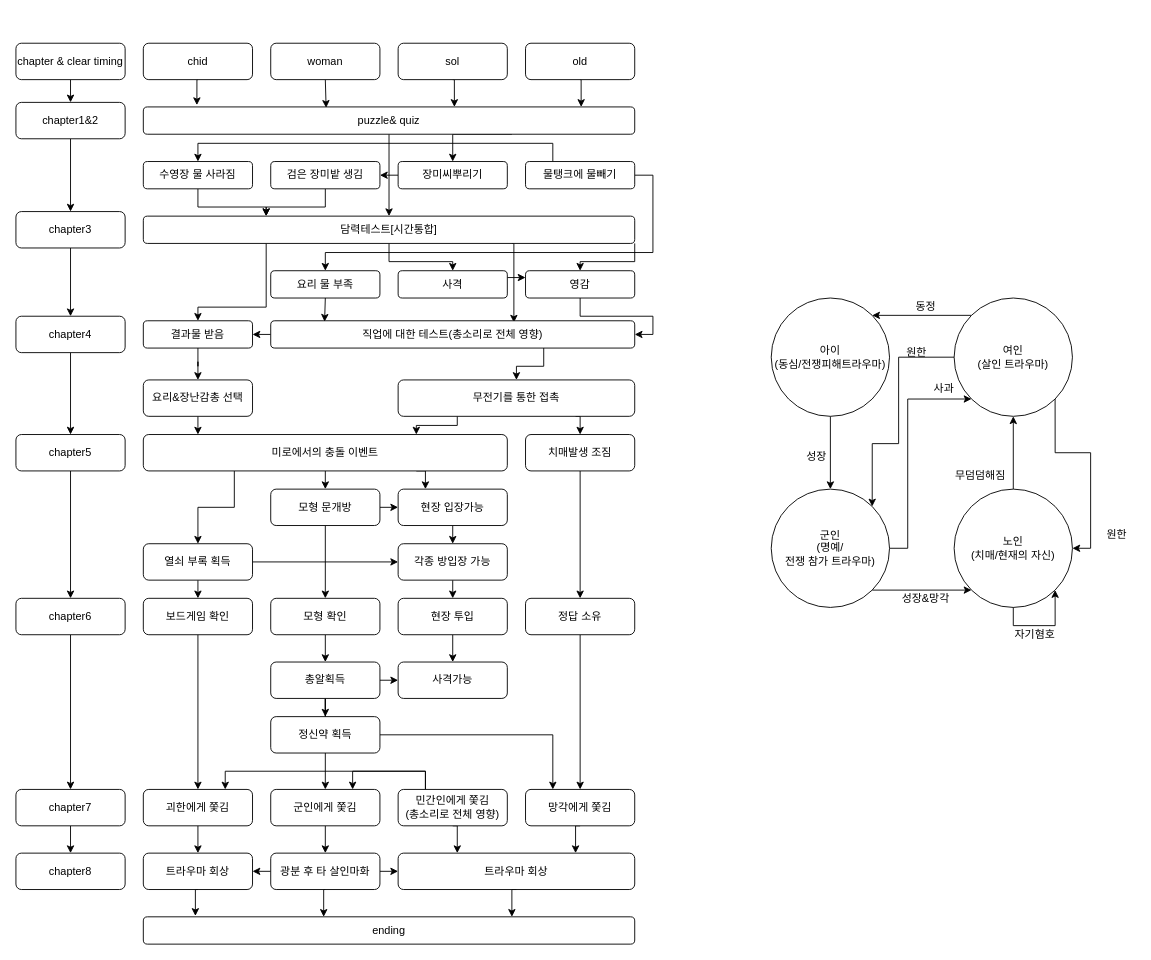
KimSeal/gamemaker keeps this draw.io diagram as storylinedetail.drawio. Above is the earlier version. Source tidied: cells renumbered, new cells numbered last; positions are measured from the earlier drawing's top-left corner, leaving out a move shared by most shapes. Both pictures are drawn from the tidied source at 91%, with x=0, y=0 at pixel (15, 43).
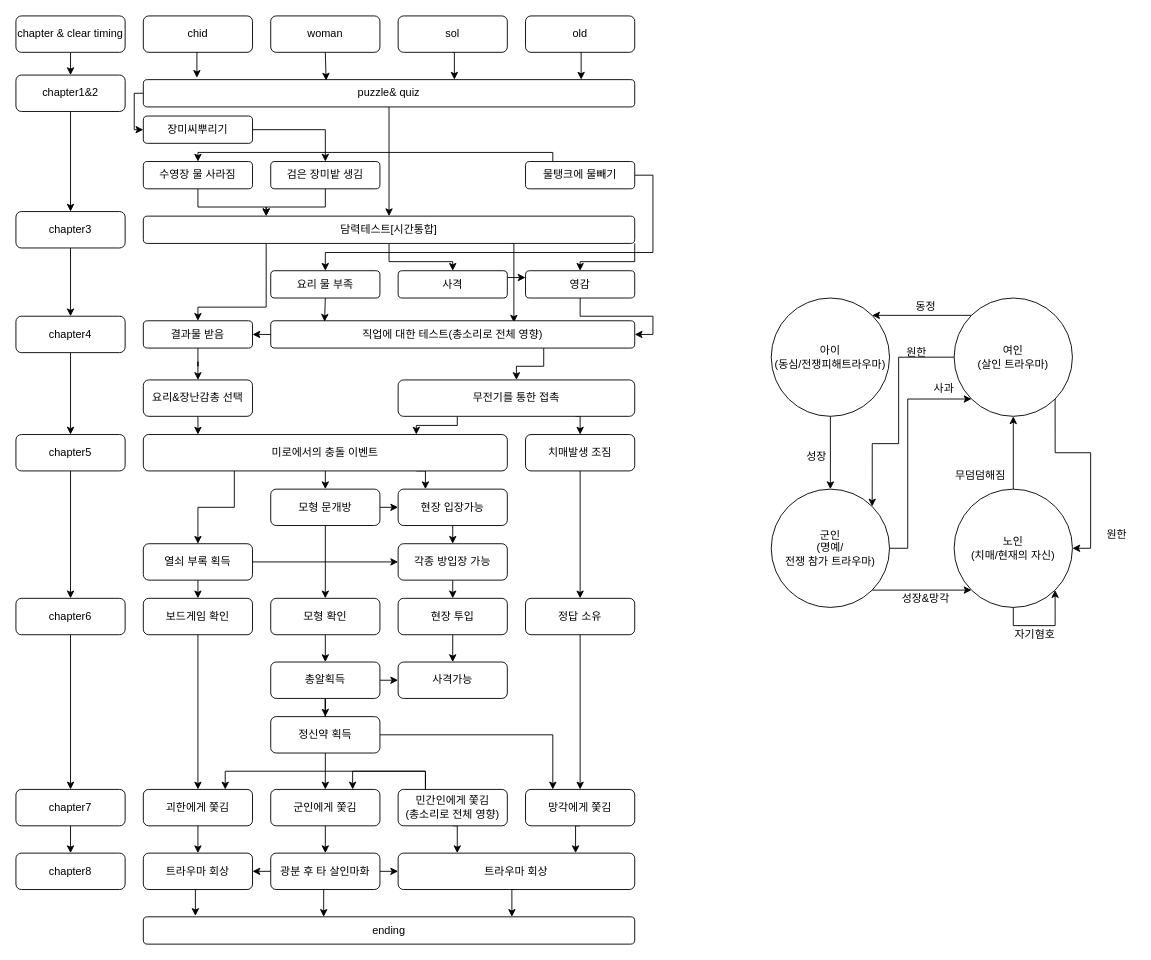
After the change.

Unchanged cells that the change refers to:
```xml
<mxCell id="59" value="검은 장미밭 생김" style="rounded=1;whiteSpace=wrap;html=1;fontSize=12;glass=0;strokeWidth=1;shadow=0;" parent="1" vertex="1">
  <mxGeometry x="280" y="130" width="120" height="30" as="geometry" />
</mxCell>
<mxCell id="77" value="물탱크에 물빼기" style="rounded=1;whiteSpace=wrap;html=1;" parent="1" vertex="1">
  <mxGeometry x="560" y="130" width="120" height="30" as="geometry" />
</mxCell>
<mxCell id="79" value="수영장 물 사라짐" style="rounded=1;whiteSpace=wrap;html=1;" parent="1" vertex="1">
  <mxGeometry x="140" y="130" width="120" height="30" as="geometry" />
</mxCell>
```

What changed in the source:
```diff
@@
     <mxCell id="3" value="woman" style="rounded=1;whiteSpace=wrap;html=1;fontSize=12;glass=0;strokeWidth=1;shadow=0;" parent="1" vertex="1">
-      <mxGeometry x="280" width="120" height="40" as="geometry" />
+      <mxGeometry x="280" y="-30" width="120" height="40" as="geometry" />
     </mxCell>
@@
     <mxCell id="5" value="sol" style="rounded=1;whiteSpace=wrap;html=1;fontSize=12;glass=0;strokeWidth=1;shadow=0;" parent="1" vertex="1">
-      <mxGeometry x="420" width="120" height="40" as="geometry" />
+      <mxGeometry x="420" y="-30" width="120" height="40" as="geometry" />
     </mxCell>
@@
     <mxCell id="7" value="chid" style="rounded=1;whiteSpace=wrap;html=1;fontSize=12;glass=0;strokeWidth=1;shadow=0;" parent="1" vertex="1">
-      <mxGeometry x="140" width="120" height="40" as="geometry" />
+      <mxGeometry x="140" y="-30" width="120" height="40" as="geometry" />
     </mxCell>
@@
     <mxCell id="9" value="old" style="rounded=1;whiteSpace=wrap;html=1;fontSize=12;glass=0;strokeWidth=1;shadow=0;" parent="1" vertex="1">
-      <mxGeometry x="560" width="120" height="40" as="geometry" />
+      <mxGeometry x="560" y="-30" width="120" height="40" as="geometry" />
     </mxCell>
@@
-    <mxCell id="11" style="edgeStyle=orthogonalEdgeStyle;rounded=0;jettySize=auto;html=1;exitX=0.75;exitY=1;exitDx=0;exitDy=0;entryX=0.5;entryY=0;entryDx=0;entryDy=0;" parent="1" edge="1" source="12" target="57">
+    <mxCell id="11" style="edgeStyle=orthogonalEdgeStyle;rounded=0;jettySize=auto;html=1;exitX=0;exitY=0.5;exitDx=0;exitDy=0;entryX=0;entryY=0.5;entryDx=0;entryDy=0;" parent="1" edge="1" source="12" target="57">
       <mxGeometry relative="1" as="geometry">
         <Array as="points">
-          <mxPoint x="480" y="100" />
+          <mxPoint x="130" y="55" />
+          <mxPoint x="130" y="95" />
         </Array>
       </mxGeometry>
     </mxCell>
     <mxCell id="12" value="puzzle&amp;amp; quiz" style="rounded=1;whiteSpace=wrap;html=1;" parent="1" vertex="1">
-      <mxGeometry x="140" y="70" width="540" height="30" as="geometry" />
+      <mxGeometry x="140" y="40" width="540" height="30" as="geometry" />
     </mxCell>
@@
-    <mxCell id="56" style="edgeStyle=orthogonalEdgeStyle;rounded=0;jettySize=auto;html=1;exitX=0;exitY=0.5;exitDx=0;exitDy=0;entryX=1;entryY=0.5;entryDx=0;entryDy=0;" parent="1" edge="1" source="57" target="59">
-      <mxGeometry relative="1" as="geometry" />
-    </mxCell>
-    <mxCell id="57" value="장미씨뿌리기" style="rounded=1;whiteSpace=wrap;html=1;" parent="1" vertex="1">
-      <mxGeometry x="420" y="130" width="120" height="30" as="geometry" />
-    </mxCell>
@@
     <mxCell id="61" value="chapter &amp;amp; clear timing" style="rounded=1;whiteSpace=wrap;html=1;fontSize=12;glass=0;strokeWidth=1;shadow=0;" parent="1" vertex="1">
-      <mxGeometry width="120" height="40" as="geometry" />
+      <mxGeometry y="-30" width="120" height="40" as="geometry" />
     </mxCell>
@@
     <mxCell id="63" value="chapter1&amp;amp;2" style="rounded=1;whiteSpace=wrap;html=1;fontSize=12;glass=0;strokeWidth=1;shadow=0;" parent="1" vertex="1">
-      <mxGeometry y="65" width="120" height="40" as="geometry" />
+      <mxGeometry y="35" width="120" height="40" as="geometry" />
     </mxCell>
@@
     <mxCell id="75" style="edgeStyle=orthogonalEdgeStyle;rounded=0;jettySize=auto;html=1;exitX=0.25;exitY=0;exitDx=0;exitDy=0;entryX=0.5;entryY=0;entryDx=0;entryDy=0;" parent="1" edge="1" source="77" target="79">
-      <mxGeometry relative="1" as="geometry" />
+      <mxGeometry relative="1" as="geometry">
+        <Array as="points">
+          <mxPoint x="590" y="120" />
+          <mxPoint x="200" y="120" />
+        </Array>
+      </mxGeometry>
     </mxCell>
@@
+    <mxCell id="56" style="edgeStyle=orthogonalEdgeStyle;rounded=0;jettySize=auto;html=1;exitX=1;exitY=0.5;exitDx=0;exitDy=0;entryX=0.5;entryY=0;entryDx=0;entryDy=0;" parent="1" edge="1" source="57" target="59">
+      <mxGeometry relative="1" as="geometry" />
+    </mxCell>
+    <mxCell id="57" value="장미씨뿌리기" style="rounded=1;whiteSpace=wrap;html=1;" parent="1" vertex="1">
+      <mxGeometry x="140" y="80" width="120" height="30" as="geometry" />
+    </mxCell>
```
